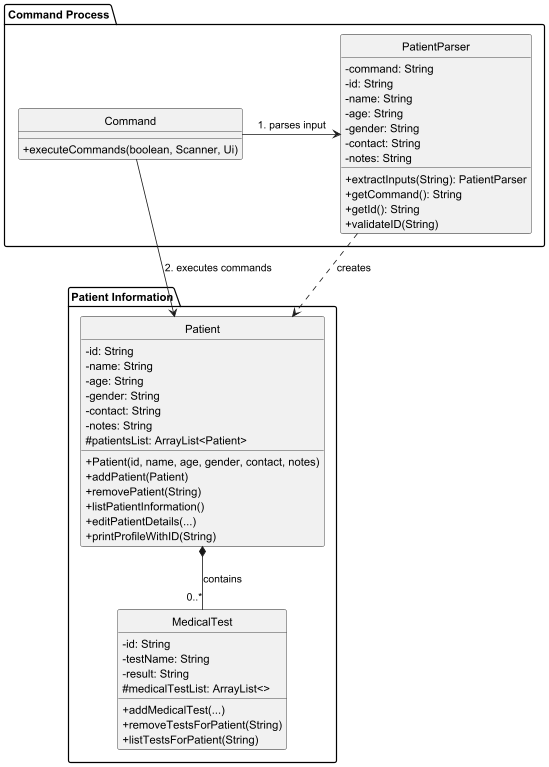
AY2425S2-CS2113-T11b-3/tp keeps this PlantUML diagram as docs/assets/patientImages/patientInformation.png. Above is the earlier version.
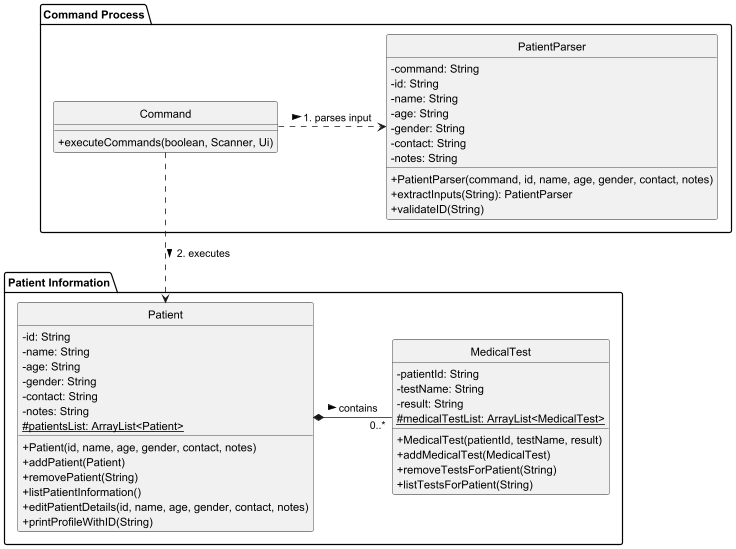
The same diagram one commit later.

Commit message:
Update documentation for patient related classes

The edit, as a diff of the source:
```diff
@@ -11,21 +11,22 @@
     -gender: String
     -contact: String
     -notes: String
-    #patientsList: ArrayList<Patient>
+    # {static} patientsList: ArrayList<Patient>
     +Patient(id, name, age, gender, contact, notes)
     +addPatient(Patient)
     +removePatient(String)
     +listPatientInformation()
-    +editPatientDetails(...)
+    +editPatientDetails(id, name, age, gender, contact, notes)
     +printProfileWithID(String)
   }
 
   class MedicalTest {
-    -id: String
+    -patientId: String
     -testName: String
     -result: String
-    #medicalTestList: ArrayList<>
-    +addMedicalTest(...)
+    #{static}medicalTestList: ArrayList<MedicalTest>
+    +MedicalTest(patientId, testName, result)
+    +addMedicalTest(MedicalTest)
     +removeTestsForPatient(String)
     +listTestsForPatient(String)
   }
@@ -44,17 +45,16 @@
     -gender: String
     -contact: String
     -notes: String
+    +PatientParser(command, id, name, age, gender, contact, notes)
     +extractInputs(String): PatientParser
-    +getCommand(): String
-    +getId(): String
     +validateID(String)
   }
 }
 
-Command -right-> PatientParser : "1. parses input"
-Command -right-> Patient : "2. executes commands"
+Command .right.> PatientParser : 1. parses input >
+Command ..> Patient : 2. executes >
 
-Patient *-- "0..*" MedicalTest : contains
-PatientParser ..> Patient : creates
+Patient *-right- "0..*" MedicalTest : contains >
+
 
 @enduml
```
